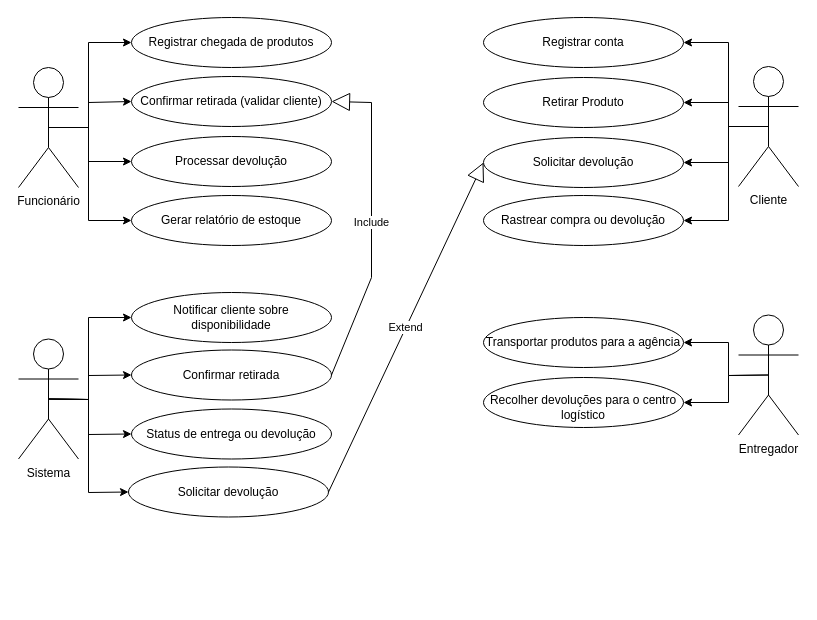
This is ESS_Atividade1.drawio from Leopoldofca/Unyleya_1Sem, a draw.io file, before an edit. Source tidied: cells renumbered, new cells numbered last; positions are measured from the earlier drawing's top-left corner, leaving out a move shared by most shapes. Both pictures are drawn from the tidied source at 100%, with x=0, y=0 at pixel (18, 17).
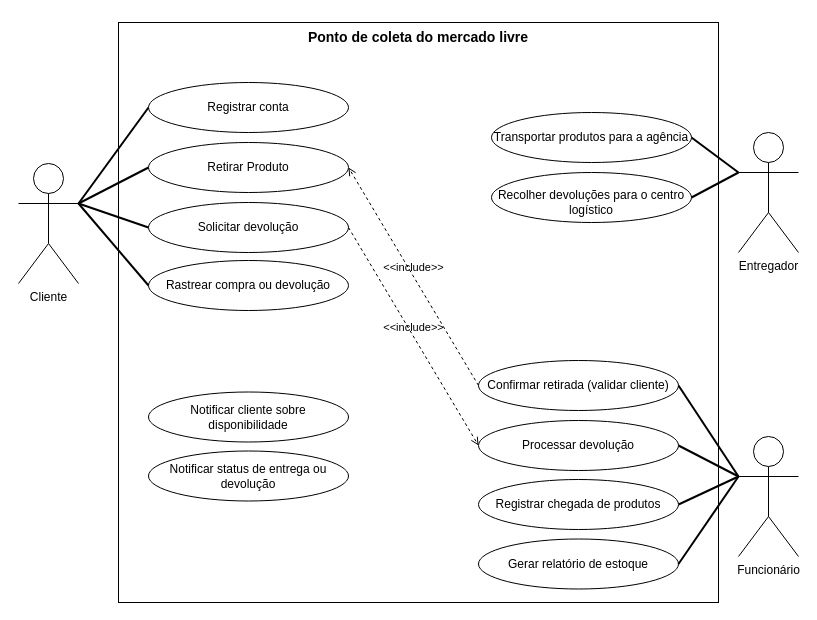
The same diagram, later.

The edit, as a diff of the source:
```diff
@@
+    <mxCell id="36" value="Ponto de coleta do mercado livre" style="rounded=0;whiteSpace=wrap;html=1;verticalAlign=top;fontSize=14;fontStyle=1;" parent="1" vertex="1">
+      <mxGeometry x="100" y="5" width="600" height="580" as="geometry" />
+    </mxCell>
     <mxCell id="2" value="Funcionário" style="shape=umlActor;verticalLabelPosition=bottom;verticalAlign=top;html=1;outlineConnect=0;" parent="1" vertex="1">
-      <mxGeometry y="50" width="60" height="120" as="geometry" />
+      <mxGeometry x="720" y="419" width="60" height="120" as="geometry" />
     </mxCell>
     <mxCell id="3" value="Entregador" style="shape=umlActor;verticalLabelPosition=bottom;verticalAlign=top;html=1;outlineConnect=0;" parent="1" vertex="1">
-      <mxGeometry x="720" y="297.5" width="60" height="120" as="geometry" />
+      <mxGeometry x="720" y="115" width="60" height="120" as="geometry" />
     </mxCell>
     <mxCell id="4" value="Cliente" style="shape=umlActor;verticalLabelPosition=bottom;verticalAlign=top;html=1;outlineConnect=0;" parent="1" vertex="1">
-      <mxGeometry x="720" y="49" width="60" height="120" as="geometry" />
+      <mxGeometry y="146" width="60" height="120" as="geometry" />
     </mxCell>
     <mxCell id="5" value="Registrar conta" style="ellipse;whiteSpace=wrap;html=1;" parent="1" vertex="1">
-      <mxGeometry x="465" width="200" height="50" as="geometry" />
+      <mxGeometry x="130" y="65" width="200" height="50" as="geometry" />
     </mxCell>
     <mxCell id="6" value="Retirar Produto" style="ellipse;whiteSpace=wrap;html=1;" parent="1" vertex="1">
-      <mxGeometry x="465" y="60" width="200" height="50" as="geometry" />
+      <mxGeometry x="130" y="125" width="200" height="50" as="geometry" />
     </mxCell>
     <mxCell id="7" value="Solicitar devolução" style="ellipse;whiteSpace=wrap;html=1;" parent="1" vertex="1">
-      <mxGeometry x="465" y="120" width="200" height="50" as="geometry" />
+      <mxGeometry x="130" y="185" width="200" height="50" as="geometry" />
     </mxCell>
     <mxCell id="8" value="Registrar chegada de produtos" style="ellipse;whiteSpace=wrap;html=1;" parent="1" vertex="1">
-      <mxGeometry x="113" width="200" height="50" as="geometry" />
+      <mxGeometry x="460" y="462" width="200" height="50" as="geometry" />
     </mxCell>
     <mxCell id="9" value="Confirmar retirada (validar cliente)" style="ellipse;whiteSpace=wrap;html=1;" parent="1" vertex="1">
-      <mxGeometry x="113" y="59" width="200" height="50" as="geometry" />
+      <mxGeometry x="460" y="343" width="200" height="50" as="geometry" />
     </mxCell>
     <mxCell id="10" value="Processar devolução" style="ellipse;whiteSpace=wrap;html=1;" parent="1" vertex="1">
-      <mxGeometry x="113" y="119" width="200" height="50" as="geometry" />
+      <mxGeometry x="460" y="403" width="200" height="50" as="geometry" />
     </mxCell>
     <mxCell id="11" value="Transportar produtos para a agência" style="ellipse;whiteSpace=wrap;html=1;spacingTop=0;" parent="1" vertex="1">
-      <mxGeometry x="465" y="300" width="200" height="50" as="geometry" />
+      <mxGeometry x="473" y="95" width="200" height="50" as="geometry" />
     </mxCell>
     <mxCell id="12" value="Recolher devoluções para o centro logístico" style="ellipse;whiteSpace=wrap;html=1;spacingTop=10;" parent="1" vertex="1">
-      <mxGeometry x="465" y="360" width="200" height="50" as="geometry" />
+      <mxGeometry x="473" y="155" width="200" height="50" as="geometry" />
     </mxCell>
-    <mxCell id="13" value="Sistema" style="shape=umlActor;verticalLabelPosition=bottom;verticalAlign=top;html=1;outlineConnect=0;" parent="1" vertex="1">
-      <mxGeometry y="321.5" width="60" height="120" as="geometry" />
-    </mxCell>
-    <mxCell id="14" value="Confirmar retirada" style="ellipse;whiteSpace=wrap;html=1;" parent="1" vertex="1">
-      <mxGeometry x="113" y="332.5" width="200" height="50" as="geometry" />
-    </mxCell>
-    <mxCell id="15" value="Status de entrega ou devolução" style="ellipse;whiteSpace=wrap;html=1;" parent="1" vertex="1">
-      <mxGeometry x="113" y="391.5" width="200" height="50" as="geometry" />
+    <mxCell id="15" value="Notificar status de entrega ou devolução" style="ellipse;whiteSpace=wrap;html=1;" parent="1" vertex="1">
+      <mxGeometry x="130" y="433.5" width="200" height="50" as="geometry" />
     </mxCell>
-    <mxCell id="16" value="Include" style="endArrow=block;endSize=16;endFill=0;html=1;rounded=0;exitX=1;exitY=0.5;exitDx=0;exitDy=0;entryX=1;entryY=0.5;entryDx=0;entryDy=0;" parent="1" edge="1" source="14" target="9">
-      <mxGeometry relative="1" as="geometry">
-        <Array as="points">
-          <mxPoint x="353" y="260" />
-          <mxPoint x="353" y="85" />
-        </Array>
-      </mxGeometry>
-    </mxCell>
-    <mxCell id="17" value="Extend" style="endArrow=block;endSize=16;endFill=0;html=1;rounded=0;exitX=1;exitY=0.5;exitDx=0;exitDy=0;entryX=0;entryY=0.5;entryDx=0;entryDy=0;" parent="1" edge="1" source="21" target="7">
-      <mxGeometry relative="1" as="geometry" />
-    </mxCell>
     <mxCell id="18" value="Gerar relatório de estoque" style="ellipse;whiteSpace=wrap;html=1;" parent="1" vertex="1">
-      <mxGeometry x="113" y="178" width="200" height="50" as="geometry" />
+      <mxGeometry x="460" y="521.5" width="200" height="50" as="geometry" />
     </mxCell>
     <mxCell id="19" value="Rastrear compra ou devolução" style="ellipse;whiteSpace=wrap;html=1;" parent="1" vertex="1">
-      <mxGeometry x="465" y="178" width="200" height="50" as="geometry" />
+      <mxGeometry x="130" y="243" width="200" height="50" as="geometry" />
     </mxCell>
     <mxCell id="20" value="Notificar cliente sobre disponibilidade" style="ellipse;whiteSpace=wrap;html=1;" parent="1" vertex="1">
-      <mxGeometry x="113" y="275" width="200" height="50" as="geometry" />
+      <mxGeometry x="130" y="374.5" width="200" height="50" as="geometry" />
     </mxCell>
-    <mxCell id="21" value="Solicitar devolução" style="ellipse;whiteSpace=wrap;html=1;" parent="1" vertex="1">
-      <mxGeometry x="110" y="449.5" width="200" height="50" as="geometry" />
-    </mxCell>
-    <mxCell id="22" style="endArrow=classic;html=1;rounded=0;entryX=0;entryY=0.5;entryDx=0;entryDy=0;exitX=0.5;exitY=0.5;exitDx=0;exitDy=0;exitPerimeter=0;" parent="1" edge="1" source="2" target="8">
-      <mxGeometry relative="1" as="geometry">
-        <Array as="points">
-          <mxPoint x="70" y="110" />
-          <mxPoint x="70" y="25" />
-        </Array>
-      </mxGeometry>
+    <mxCell id="22" style="endArrow=none;html=1;rounded=0;exitX=0;exitY=0.3333333333333333;exitDx=0;exitDy=0;exitPerimeter=0;entryX=1;entryY=0.5;entryDx=0;entryDy=0;strokeWidth=2;" parent="1" edge="1" source="2" target="8">
+      <mxGeometry relative="1" as="geometry" />
     </mxCell>
-    <mxCell id="23" style="endArrow=classic;html=1;rounded=0;exitX=0.5;exitY=0.5;exitDx=0;exitDy=0;exitPerimeter=0;entryX=0;entryY=0.5;entryDx=0;entryDy=0;" parent="1" edge="1" source="2" target="9">
-      <mxGeometry relative="1" as="geometry">
-        <Array as="points">
-          <mxPoint x="70" y="110" />
-          <mxPoint x="70" y="85" />
-        </Array>
-      </mxGeometry>
+    <mxCell id="23" style="endArrow=none;html=1;rounded=0;exitX=0;exitY=0.3333333333333333;exitDx=0;exitDy=0;exitPerimeter=0;entryX=1;entryY=0.5;entryDx=0;entryDy=0;strokeWidth=2;" parent="1" edge="1" source="2" target="9">
+      <mxGeometry relative="1" as="geometry" />
     </mxCell>
-    <mxCell id="24" style="endArrow=classic;html=1;rounded=0;exitX=0.5;exitY=0.5;exitDx=0;exitDy=0;exitPerimeter=0;entryX=0;entryY=0.5;entryDx=0;entryDy=0;" parent="1" edge="1" source="2" target="10">
-      <mxGeometry relative="1" as="geometry">
-        <Array as="points">
-          <mxPoint x="70" y="110" />
-          <mxPoint x="70" y="144" />
-        </Array>
-      </mxGeometry>
+    <mxCell id="24" style="endArrow=none;html=1;rounded=0;exitX=0;exitY=0.3333333333333333;exitDx=0;exitDy=0;exitPerimeter=0;entryX=1;entryY=0.5;entryDx=0;entryDy=0;strokeWidth=2;" parent="1" edge="1" source="2" target="10">
+      <mxGeometry relative="1" as="geometry" />
     </mxCell>
-    <mxCell id="25" style="endArrow=classic;html=1;rounded=0;exitX=0.5;exitY=0.5;exitDx=0;exitDy=0;exitPerimeter=0;entryX=0;entryY=0.5;entryDx=0;entryDy=0;" parent="1" edge="1" source="2" target="18">
-      <mxGeometry relative="1" as="geometry">
-        <Array as="points">
-          <mxPoint x="70" y="110" />
-          <mxPoint x="70" y="203" />
-        </Array>
-      </mxGeometry>
-    </mxCell>
-    <mxCell id="26" style="endArrow=classic;html=1;rounded=0;exitX=0.5;exitY=0.5;exitDx=0;exitDy=0;exitPerimeter=0;entryX=0;entryY=0.5;entryDx=0;entryDy=0;" parent="1" edge="1" source="13" target="20">
-      <mxGeometry relative="1" as="geometry">
-        <Array as="points">
-          <mxPoint x="70" y="382" />
-          <mxPoint x="70" y="300" />
-        </Array>
-      </mxGeometry>
-    </mxCell>
-    <mxCell id="27" style="endArrow=classic;html=1;rounded=0;exitX=0.5;exitY=0.5;exitDx=0;exitDy=0;exitPerimeter=0;entryX=0;entryY=0.5;entryDx=0;entryDy=0;" parent="1" edge="1" source="13" target="14">
-      <mxGeometry relative="1" as="geometry">
-        <Array as="points">
-          <mxPoint x="70" y="382" />
-          <mxPoint x="70" y="358" />
-        </Array>
-      </mxGeometry>
-    </mxCell>
-    <mxCell id="28" style="endArrow=classic;html=1;rounded=0;exitX=0.5;exitY=0.5;exitDx=0;exitDy=0;exitPerimeter=0;entryX=0;entryY=0.5;entryDx=0;entryDy=0;" parent="1" edge="1" source="13" target="15">
-      <mxGeometry relative="1" as="geometry">
-        <Array as="points">
-          <mxPoint x="70" y="382" />
-          <mxPoint x="70" y="417" />
-        </Array>
-      </mxGeometry>
-    </mxCell>
-    <mxCell id="29" style="endArrow=classic;html=1;rounded=0;exitX=0.5;exitY=0.5;exitDx=0;exitDy=0;exitPerimeter=0;entryX=0;entryY=0.5;entryDx=0;entryDy=0;" parent="1" edge="1" source="13" target="21">
-      <mxGeometry relative="1" as="geometry">
-        <Array as="points">
-          <mxPoint x="70" y="382" />
-          <mxPoint x="70" y="475" />
-        </Array>
-      </mxGeometry>
-    </mxCell>
-    <mxCell id="30" style="endArrow=classic;html=1;rounded=0;exitX=0.5;exitY=0.5;exitDx=0;exitDy=0;exitPerimeter=0;entryX=1;entryY=0.5;entryDx=0;entryDy=0;" parent="1" edge="1" source="3" target="11">
-      <mxGeometry relative="1" as="geometry">
-        <Array as="points">
-          <mxPoint x="710" y="358" />
-          <mxPoint x="710" y="325" />
-        </Array>
-      </mxGeometry>
-    </mxCell>
-    <mxCell id="31" style="endArrow=classic;html=1;rounded=0;exitX=0.5;exitY=0.5;exitDx=0;exitDy=0;exitPerimeter=0;entryX=1;entryY=0.5;entryDx=0;entryDy=0;" parent="1" edge="1" source="3" target="12">
-      <mxGeometry relative="1" as="geometry">
-        <Array as="points">
-          <mxPoint x="710" y="358" />
-          <mxPoint x="710" y="385" />
-        </Array>
-      </mxGeometry>
-    </mxCell>
-    <mxCell id="32" style="endArrow=classic;html=1;rounded=0;exitX=0.5;exitY=0.5;exitDx=0;exitDy=0;exitPerimeter=0;entryX=1;entryY=0.5;entryDx=0;entryDy=0;" parent="1" edge="1" source="4" target="5">
-      <mxGeometry relative="1" as="geometry">
-        <Array as="points">
-          <mxPoint x="710" y="109" />
-          <mxPoint x="710" y="25" />
-        </Array>
-      </mxGeometry>
+    <mxCell id="32" style="endArrow=none;html=1;rounded=0;exitX=1;exitY=0.3333333333333333;exitDx=0;exitDy=0;exitPerimeter=0;entryX=0;entryY=0.5;entryDx=0;entryDy=0;strokeWidth=2;" parent="1" edge="1" source="4" target="5">
+      <mxGeometry relative="1" as="geometry" />
     </mxCell>
-    <mxCell id="33" style="endArrow=classic;html=1;rounded=0;exitX=0.5;exitY=0.5;exitDx=0;exitDy=0;exitPerimeter=0;entryX=1;entryY=0.5;entryDx=0;entryDy=0;" parent="1" edge="1" source="4" target="6">
-      <mxGeometry relative="1" as="geometry">
-        <Array as="points">
-          <mxPoint x="710" y="109" />
-          <mxPoint x="710" y="85" />
-        </Array>
-      </mxGeometry>
+    <mxCell id="33" style="endArrow=none;html=1;rounded=0;exitX=1;exitY=0.3333333333333333;exitDx=0;exitDy=0;exitPerimeter=0;entryX=0;entryY=0.5;entryDx=0;entryDy=0;strokeWidth=2;" parent="1" edge="1" source="4" target="6">
+      <mxGeometry relative="1" as="geometry" />
     </mxCell>
-    <mxCell id="34" style="endArrow=classic;html=1;rounded=0;exitX=0.5;exitY=0.5;exitDx=0;exitDy=0;exitPerimeter=0;entryX=1;entryY=0.5;entryDx=0;entryDy=0;" parent="1" edge="1" source="4" target="7">
-      <mxGeometry relative="1" as="geometry">
-        <Array as="points">
-          <mxPoint x="710" y="109" />
-          <mxPoint x="710" y="145" />
-        </Array>
-      </mxGeometry>
+    <mxCell id="34" style="endArrow=none;html=1;rounded=0;exitX=1;exitY=0.3333333333333333;exitDx=0;exitDy=0;exitPerimeter=0;entryX=0;entryY=0.5;entryDx=0;entryDy=0;strokeWidth=2;" parent="1" edge="1" source="4" target="7">
+      <mxGeometry relative="1" as="geometry" />
     </mxCell>
-    <mxCell id="35" style="endArrow=classic;html=1;rounded=0;exitX=0.5;exitY=0.5;exitDx=0;exitDy=0;exitPerimeter=0;entryX=1;entryY=0.5;entryDx=0;entryDy=0;" parent="1" edge="1" source="4" target="19">
-      <mxGeometry relative="1" as="geometry">
-        <Array as="points">
-          <mxPoint x="710" y="109" />
-          <mxPoint x="710" y="203" />
-        </Array>
-      </mxGeometry>
+    <mxCell id="35" style="endArrow=none;html=1;rounded=0;exitX=1;exitY=0.3333333333333333;exitDx=0;exitDy=0;exitPerimeter=0;entryX=0;entryY=0.5;entryDx=0;entryDy=0;strokeWidth=2;" parent="1" edge="1" source="4" target="19">
+      <mxGeometry relative="1" as="geometry" />
     </mxCell>
+    <mxCell id="37" style="endArrow=none;html=1;rounded=0;exitX=1;exitY=0.5;exitDx=0;exitDy=0;entryX=0;entryY=0.3333333333333333;entryDx=0;entryDy=0;strokeWidth=2;entryPerimeter=0;" parent="1" edge="1" source="12" target="3">
+      <mxGeometry relative="1" as="geometry" />
+    </mxCell>
+    <mxCell id="38" style="endArrow=none;html=1;rounded=0;exitX=1;exitY=0.5;exitDx=0;exitDy=0;strokeWidth=2;entryX=0;entryY=0.3333333333333333;entryDx=0;entryDy=0;entryPerimeter=0;" parent="1" edge="1" source="11" target="3">
+      <mxGeometry relative="1" as="geometry" />
+    </mxCell>
+    <mxCell id="25" style="endArrow=none;html=1;rounded=0;exitX=0;exitY=0.3333333333333333;exitDx=0;exitDy=0;exitPerimeter=0;entryX=1;entryY=0.5;entryDx=0;entryDy=0;strokeWidth=2;" parent="1" edge="1" source="2" target="18">
+      <mxGeometry relative="1" as="geometry" />
+    </mxCell>
+    <mxCell id="39" value="&amp;lt;&amp;lt;include&amp;gt;&amp;gt;" style="html=1;verticalAlign=bottom;labelBackgroundColor=none;endArrow=open;endFill=0;dashed=1;rounded=0;exitX=0;exitY=0.5;exitDx=0;exitDy=0;entryX=1;entryY=0.5;entryDx=0;entryDy=0;" parent="1" edge="1" source="9" target="6">
+      <mxGeometry relative="1" as="geometry" />
+    </mxCell>
+    <mxCell id="40" value="&amp;lt;&amp;lt;include&amp;gt;&amp;gt;" style="html=1;verticalAlign=bottom;labelBackgroundColor=none;endArrow=open;endFill=0;dashed=1;rounded=0;exitX=1;exitY=0.5;exitDx=0;exitDy=0;entryX=0;entryY=0.5;entryDx=0;entryDy=0;" parent="1" edge="1" source="7" target="10">
+      <mxGeometry relative="1" as="geometry" />
+    </mxCell>
```
